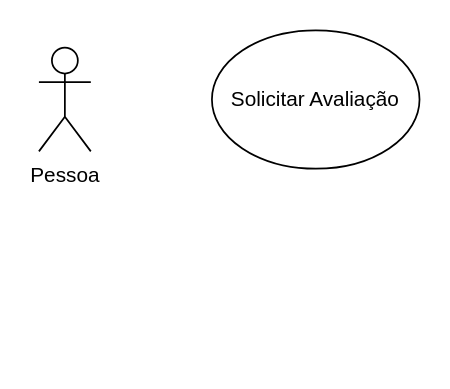
Earlier version of the draw.io diagram Controle de Clube Social.drawio (ArcanjoDaGuarda/AnjoProjetos). Source tidied: cells renumbered, new cells numbered last; positions are measured from the earlier drawing's top-left corner, leaving out a move shared by most shapes. Both pictures are drawn from the tidied source at 173%, with x=0, y=0 at pixel (38, 29).
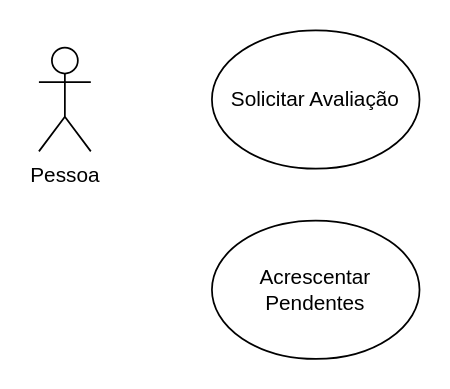
The same diagram, later.

Diff of the diagram source:
```diff
@@
 <mxGraphModel>
   <root>
     <mxCell id="0" />
     <mxCell id="1" parent="0" />
     <mxCell id="2" value="Pessoa" style="shape=umlActor;verticalLabelPosition=bottom;verticalAlign=top;html=1;" parent="1" vertex="1">
       <mxGeometry y="10" width="30" height="60" as="geometry" />
     </mxCell>
     <mxCell id="3" value="Solicitar Avaliação" style="ellipse;whiteSpace=wrap;html=1;" parent="1" vertex="1">
       <mxGeometry x="100" width="120" height="80" as="geometry" />
     </mxCell>
+    <mxCell id="4" value="Acrescentar Pendentes" style="ellipse;whiteSpace=wrap;html=1;" parent="1" vertex="1">
+      <mxGeometry x="100" y="110" width="120" height="80" as="geometry" />
+    </mxCell>
   </root>
 </mxGraphModel>
```
